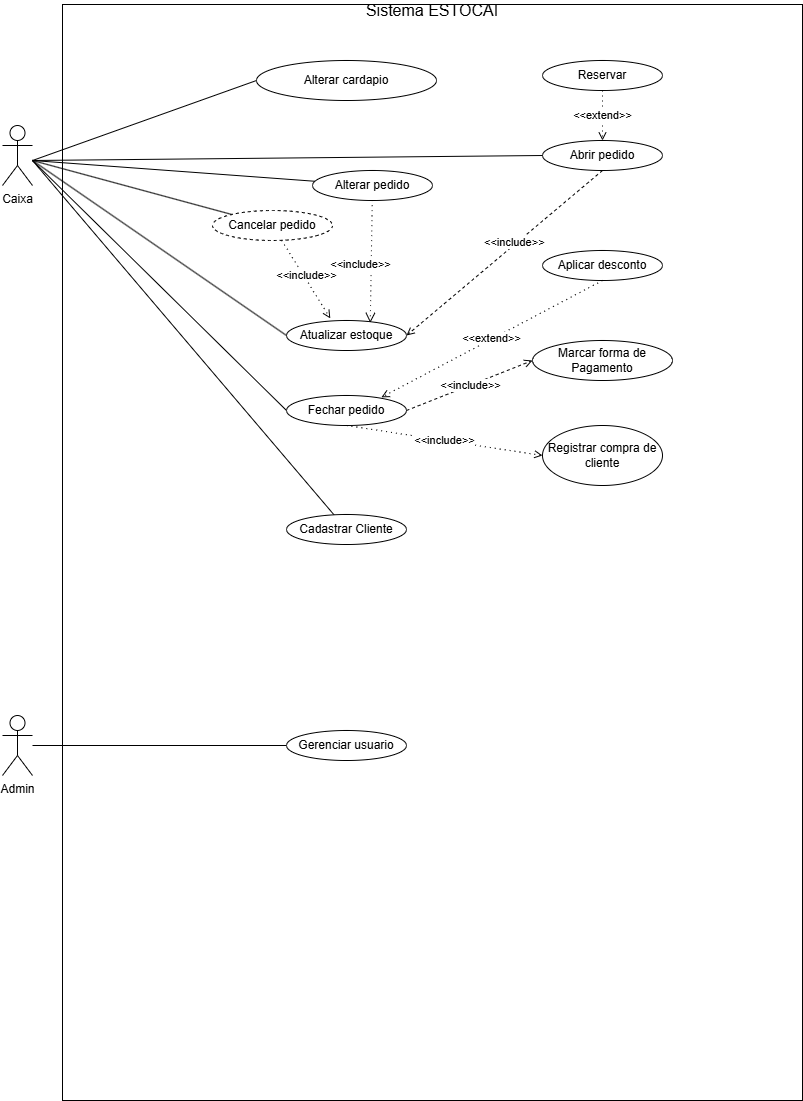
Earlier version of the draw.io export Assets/Diagrama_de_Casos_de_Usos.drawio.png (garbomurilo/Estocai). Source tidied: cells renumbered, new cells last; positions are measured from the earlier drawing's top-left corner, leaving out a move shared by most shapes.
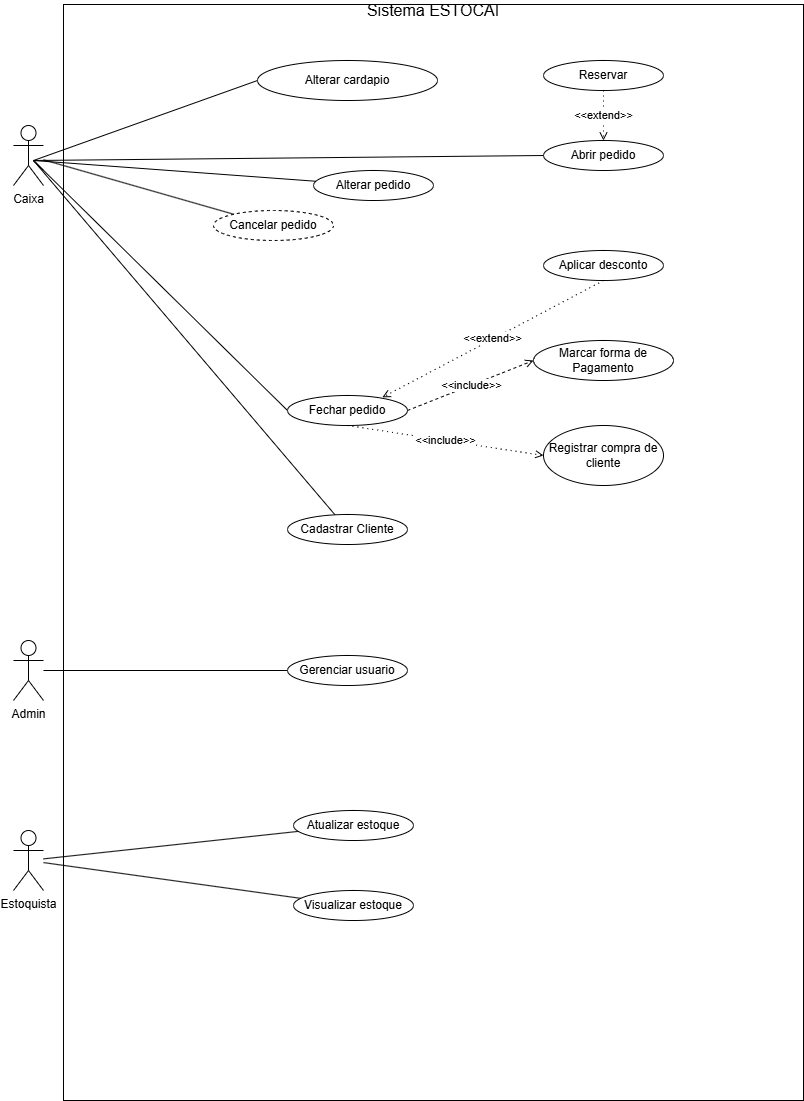
After the commit.

Diff of the diagram source:
```diff
@@ -15,15 +15,9 @@
         <mxPoint x="30" y="160" as="sourcePoint" />
       </mxGeometry>
     </mxCell>
-    <mxCell id="5" value="&lt;div&gt;Caixa&lt;/div&gt;" style="shape=umlActor;verticalLabelPosition=bottom;verticalAlign=top;html=1;outlineConnect=0;" parent="1" vertex="1">
-      <mxGeometry y="125" width="30" height="60" as="geometry" />
-    </mxCell>
     <mxCell id="6" value="Abrir pedido" style="ellipse;whiteSpace=wrap;html=1;" parent="1" vertex="1">
       <mxGeometry x="540" y="140" width="120" height="30" as="geometry" />
     </mxCell>
-    <mxCell id="7" value="Atualizar estoque" style="ellipse;whiteSpace=wrap;html=1;" parent="1" vertex="1">
-      <mxGeometry x="284" y="320" width="120" height="30" as="geometry" />
-    </mxCell>
     <mxCell id="8" value="Fechar pedido" style="ellipse;whiteSpace=wrap;html=1;" parent="1" vertex="1">
       <mxGeometry x="284" y="395" width="120" height="30" as="geometry" />
     </mxCell>
@@ -35,27 +29,6 @@
         <mxPoint x="30" y="160" as="sourcePoint" />
       </mxGeometry>
     </mxCell>
-    <mxCell id="11" style="endArrow=none;html=1;rounded=1;entryX=0;entryY=0.5;entryDx=0;entryDy=0;curved=0;" parent="1" edge="1" target="7">
-      <mxGeometry relative="1" as="geometry">
-        <mxPoint x="30" y="160" as="sourcePoint" />
-      </mxGeometry>
-    </mxCell>
-    <mxCell id="12" style="endArrow=open;html=1;rounded=0;dashed=1;entryX=1;entryY=0.5;entryDx=0;entryDy=0;exitX=0.5;exitY=1;exitDx=0;exitDy=0;endFill=0;" parent="1" edge="1" source="6" target="7">
-      <mxGeometry relative="1" as="geometry" />
-    </mxCell>
-    <mxCell id="13" value="&lt;span style=&quot;text-align: center;&quot;&gt;&amp;lt;&amp;lt;include&amp;gt;&amp;gt;&lt;/span&gt;" style="edgeLabel;html=1;align=left;verticalAlign=bottom;dashed=1;rotation=0;" parent="12" vertex="1">
-      <mxGeometry x="-1" relative="1" as="geometry">
-        <mxPoint x="-120" y="80" as="offset" />
-      </mxGeometry>
-    </mxCell>
-    <mxCell id="14" style="rounded=0;jettySize=auto;html=1;endArrow=open;endFill=0;dashed=1;dashPattern=1 4;entryX=0.365;entryY=-0.07;entryDx=0;entryDy=0;entryPerimeter=0;" parent="1" edge="1" source="16" target="7">
-      <mxGeometry relative="1" as="geometry" />
-    </mxCell>
-    <mxCell id="15" value="&amp;lt;&amp;lt;include&amp;gt;&amp;gt;" style="edgeLabel;html=1;align=center;verticalAlign=middle;" parent="14" vertex="1">
-      <mxGeometry x="-0.08" y="1" relative="1" as="geometry">
-        <mxPoint x="1" as="offset" />
-      </mxGeometry>
-    </mxCell>
     <mxCell id="16" value="Cancelar pedido" style="ellipse;whiteSpace=wrap;html=1;dashed=1;" parent="1" vertex="1">
       <mxGeometry x="210" y="210" width="120" height="30" as="geometry" />
     </mxCell>
@@ -105,18 +78,10 @@
     <mxCell id="30" value="Alterar pedido" style="ellipse;whiteSpace=wrap;html=1;" parent="1" vertex="1">
       <mxGeometry x="310" y="170" width="120" height="30" as="geometry" />
     </mxCell>
-    <mxCell id="31" style="edgeStyle=none;curved=1;rounded=0;jettySize=auto;html=1;fontSize=12;startSize=8;endSize=8;dashed=1;dashPattern=1 4;endArrow=open;endFill=0;entryX=0.698;entryY=0.078;entryDx=0;entryDy=0;entryPerimeter=0;" parent="1" edge="1" source="30" target="7">
-      <mxGeometry relative="1" as="geometry" />
-    </mxCell>
-    <mxCell id="32" value="&lt;span style=&quot;font-size: 11px;&quot;&gt;&amp;lt;&amp;lt;include&amp;gt;&amp;gt;&lt;/span&gt;" style="edgeLabel;html=1;align=center;verticalAlign=middle;fontSize=12;" parent="31" vertex="1">
-      <mxGeometry x="0.15" relative="1" as="geometry">
-        <mxPoint x="-11" y="-7" as="offset" />
-      </mxGeometry>
-    </mxCell>
     <mxCell id="33" value="Sistema ESTOCAI" style="text;html=1;whiteSpace=wrap;strokeColor=none;fillColor=none;align=center;verticalAlign=middle;rounded=0;fontSize=16;" parent="1" vertex="1">
       <mxGeometry x="335" width="190" height="20" as="geometry" />
     </mxCell>
-    <mxCell id="34" style="rounded=0;jettySize=auto;html=1;endArrow=none;endFill=0;" parent="1" edge="1" source="16">
+    <mxCell id="34" style="rounded=0;jettySize=auto;html=1;endArrow=none;endFill=0;" parent="1" edge="1" source="5">
       <mxGeometry relative="1" as="geometry">
         <mxPoint x="30" y="160" as="targetPoint" />
       </mxGeometry>
@@ -125,10 +90,31 @@
       <mxGeometry relative="1" as="geometry" />
     </mxCell>
     <mxCell id="36" value="&lt;div&gt;Admin&lt;/div&gt;" style="shape=umlActor;verticalLabelPosition=bottom;verticalAlign=top;html=1;outlineConnect=0;" parent="1" vertex="1">
-      <mxGeometry y="715" width="30" height="60" as="geometry" />
+      <mxGeometry x="10" y="640" width="30" height="60" as="geometry" />
     </mxCell>
     <mxCell id="37" value="Gerenciar usuario" style="ellipse;whiteSpace=wrap;html=1;" parent="1" vertex="1">
-      <mxGeometry x="284" y="730" width="120" height="30" as="geometry" />
+      <mxGeometry x="284" y="655" width="120" height="30" as="geometry" />
     </mxCell>
+    <mxCell id="38" value="&lt;div&gt;Estoquista&lt;/div&gt;" style="shape=umlActor;verticalLabelPosition=bottom;verticalAlign=top;html=1;outlineConnect=0;" parent="1" vertex="1">
+      <mxGeometry x="10" y="830" width="30" height="60" as="geometry" />
+    </mxCell>
+    <mxCell id="39" style="rounded=0;jettySize=auto;html=1;endArrow=none;endFill=0;" parent="1" edge="1" source="16" target="5">
+      <mxGeometry relative="1" as="geometry" />
+    </mxCell>
+    <mxCell id="5" value="&lt;div&gt;Caixa&lt;/div&gt;" style="shape=umlActor;verticalLabelPosition=bottom;verticalAlign=top;html=1;outlineConnect=0;" parent="1" vertex="1">
+      <mxGeometry x="10" y="125" width="30" height="60" as="geometry" />
+    </mxCell>
+    <mxCell id="40" style="rounded=0;jettySize=auto;html=1;endArrow=none;endFill=0;" parent="1" edge="1" source="7" target="38">
+      <mxGeometry relative="1" as="geometry" />
+    </mxCell>
+    <mxCell id="7" value="Atualizar estoque" style="ellipse;whiteSpace=wrap;html=1;" parent="1" vertex="1">
+      <mxGeometry x="290" y="810" width="120" height="30" as="geometry" />
+    </mxCell>
+    <mxCell id="41" style="rounded=0;jettySize=auto;html=1;endArrow=none;endFill=0;" parent="1" edge="1" source="42" target="38">
+      <mxGeometry relative="1" as="geometry" />
+    </mxCell>
+    <mxCell id="42" value="Visualizar estoque" style="ellipse;whiteSpace=wrap;html=1;" parent="1" vertex="1">
+      <mxGeometry x="290" y="890" width="120" height="30" as="geometry" />
+    </mxCell>
   </root>
 </mxGraphModel>
```
